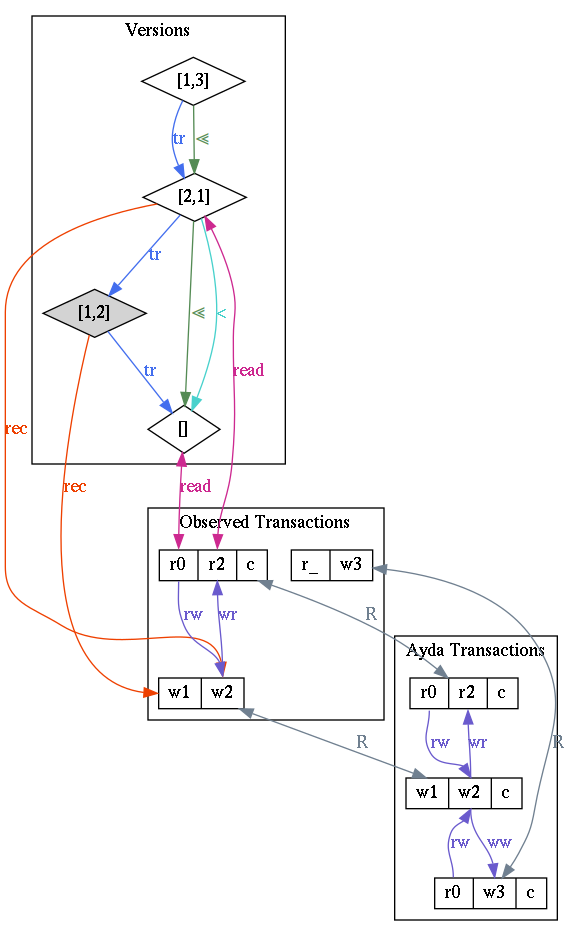
jepsen-io/elle keeps this Graphviz diagram as images/list.png. Above is the earlier version. Its source is kept beside it as images/list.dot.
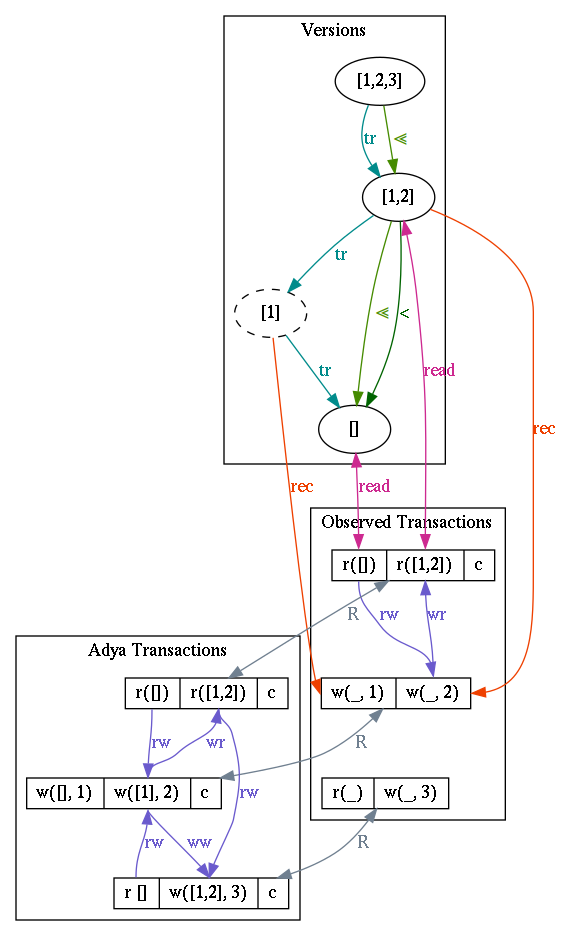
The same file after the commit.

What changed in the source:
```diff
@@ -1,43 +1,41 @@
 digraph proof {
+
 
   subgraph cluster0 {
     label = "Versions"
-    node [shape="diamond"]
-    v0 [label="[]"]
-    v1 [label="[1]",style="filled"]
-    v2 [label="[2]"]
-    v3 [label="[3]"]
-    v1 [label="[1,2]"]
-    v2 [label="[2,1]"]
-    v3 [label="[1,3]"]
+    node [shape="oval"]
+    v    [label="[]"]
+    v1   [label="[1]",style="dashed"]
+    v12  [label="[1,2]"]
+    v123 [label="[1,2,3]"]
 
-    edge [label="tr",color="royalblue2",fontcolor="royalblue2"]
-    v3 -> v2
-    v2 -> v1
-    v1 -> v0
+    edge [label="tr",color="cyan4",fontcolor="cyan4"]
+    v123 -> v12
+    v12  -> v1
+    v1   -> v
 
-    edge [label="≪",color="palegreen4",fontcolor="palegreen4"]
-    v3 -> v2
-    v2 -> v0
+    edge [label="≪",color="chartreuse4",fontcolor="chartreuse4"]
+    v123 -> v12
+    v12  -> v
 
-    edge [label="<",color="mediumturquoise",fontcolor="mediumturquoise"]
-    v2 -> v0
+    edge [label="<",color="darkgreen",fontcolor="darkgreen"]
+    v12 -> v
   }
 
   subgraph cluster1 {
     label = "Observed Transactions"
     node [shape=record,height="0.3"]
-    ot1 [label="<op0> r0|<op1> r2|<op2> c"]
-    ot2 [label="<op0> w1|<op1> w2"]
-    ot3 [label="<op0> r_|<op1> w3"]
+    ot1 [label="<op0> r([])|<op1> r([1,2])|<op2> c"]
+    ot2 [label="<op0> w(_, 1)|<op1> w(_, 2)"]
+    ot3 [label="<op0> r(_)|<op1> w(_, 3)"]
   }
 
   subgraph cluster2 {
-    label = "Ayda Transactions"
+    label = "Adya Transactions"
     node [shape=record,height="0.3"]
-    at1 [label="<op0> r0|<op1> r2|<op2> c"]
-    at2 [label="<op0> w1|<op1> w2|<op2> c"]
-    at3 [label="<op0> r0|<op1> w3|<op2> c"]
+    at1 [label="<op0> r([])|<op1>r([1,2])|<op2> c"]
+    at2 [label="<op0> w([], 1)|<op1> w([1], 2)|<op2> c"]
+    at3 [label="<op0> r []|<op1> w([1,2], 3)|<op2> c"]
   }
 
   edge [color="slateblue",fontcolor="slateblue"]
@@ -45,21 +43,27 @@
   at2:op1 -> at1:op1 [label="wr"]
   at2:op1 -> at3:op1 [label="ww"]
   at3:op0 -> at2:op1 [label="rw"]
+  at1:op1 -> at3:op1 [label="rw"]
 
   ot1:op0 -> ot2:op1 [label="rw"]
   ot2:op1 -> ot1:op1 [label="wr"]
 
   edge [label="read",dir="both",color="maroon3",fontcolor="maroon3"]
-  v0 -> ot1:op0
-  v2 -> ot1:op1
+  v   -> ot1:op0
+  v12 -> ot1:op1
 
   edge [dir="forward",label="rec",color="orangered2",fontcolor="orangered2"]
   v1 -> ot2:op0
-  v2 -> ot2:op1
+  v12 -> ot2:op1
 
-  edge [dir="forward",label="R",dir="both",color="slategray",fontcolor="slategray"]
+  edge [label="R",dir="both",color="slategray",fontcolor="slategray"]
   ot1 -> at1
   ot2 -> at2
   ot3 -> at3
 
+  edge [dir="none",color="thistle3",style="dashed",label=""]
+
+  ot2 -> ot3 [style=invis]
+  at2 -> ot2 [style=invis]
+  at3 -> ot3 [style=invis]
 }
```
